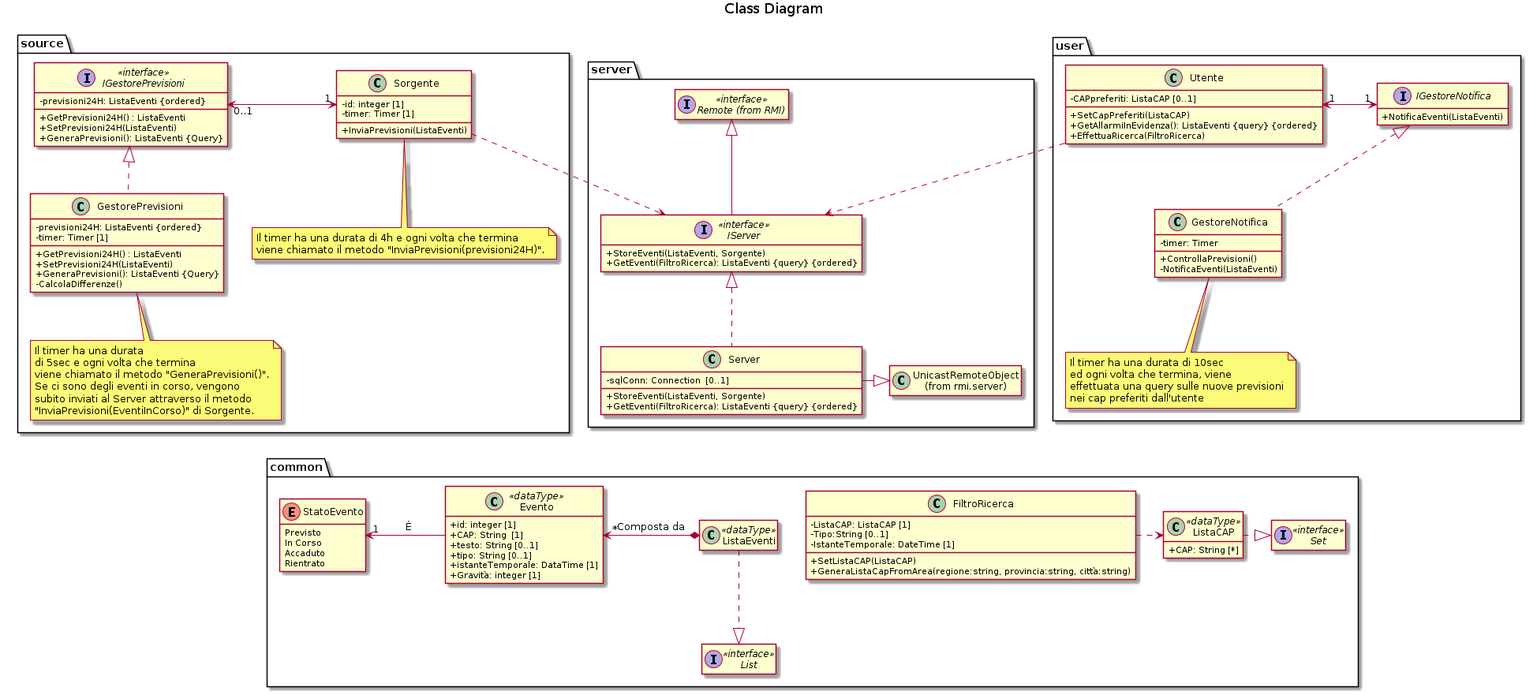
The PlantUML diagram build/diagrams/class.png in xFA25E/sweng_14_2019, before a commit.
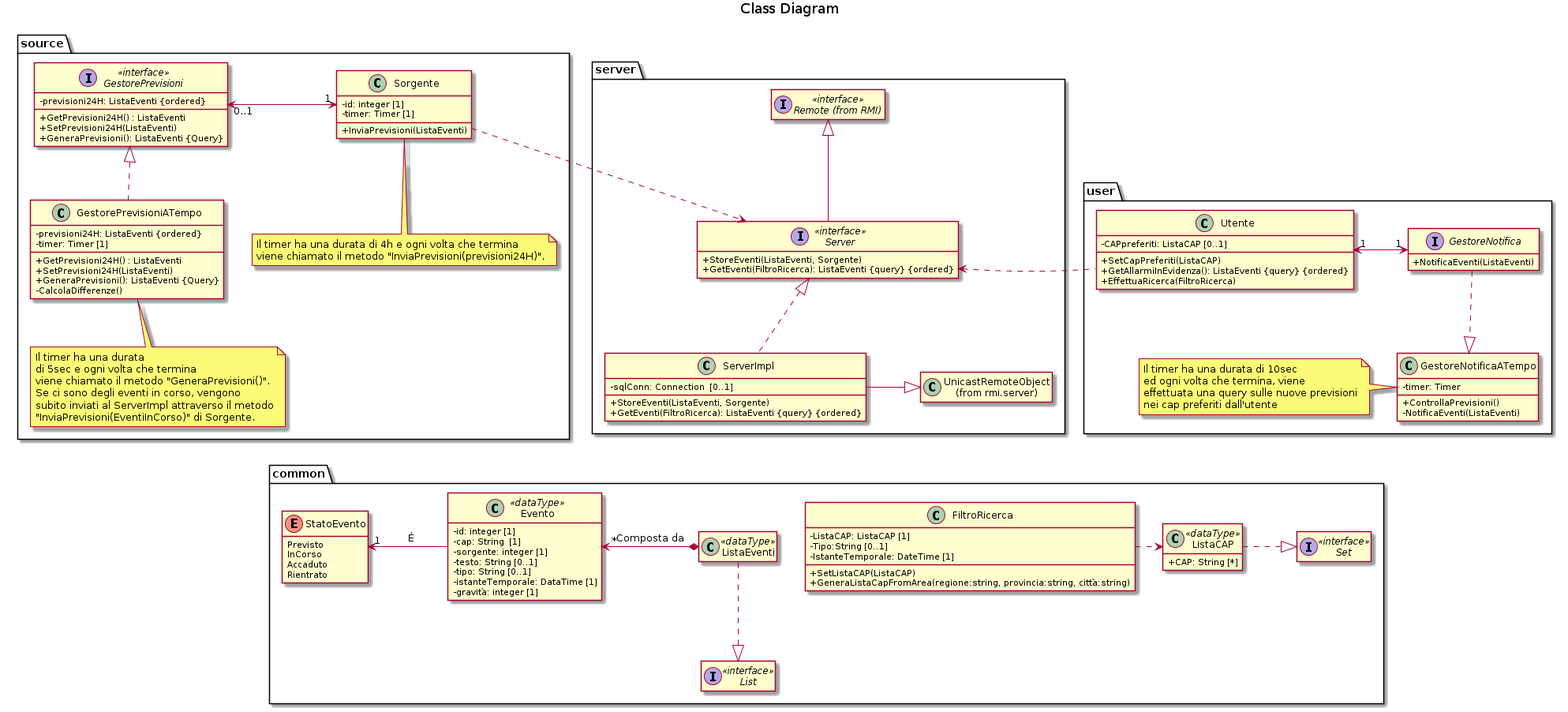
After the change.

Diff of the diagram source:
```diff
@@ -1,14 +1,14 @@
 @startuml
 title Class Diagram
 package source {
-    interface IGestorePrevisioni<<interface>> {
+    interface GestorePrevisioni<<interface>> {
         - previsioni24H: ListaEventi {ordered}
         + GetPrevisioni24H() : ListaEventi
         + SetPrevisioni24H(ListaEventi)
         + GeneraPrevisioni(): ListaEventi {Query}
     }
 
-    class GestorePrevisioni {
+    class GestorePrevisioniATempo {
         - previsioni24H: ListaEventi {ordered}
         - timer: Timer [1]
         + GetPrevisioni24H() : ListaEventi
@@ -23,21 +23,21 @@
         + InviaPrevisioni(ListaEventi)
     }
     note bottom of Sorgente: Il timer ha una durata di 4h e ogni volta che termina\nviene chiamato il metodo "InviaPrevisioni(previsioni24H)".
-    note bottom of GestorePrevisioni: Il timer ha una durata\ndi 5sec e ogni volta che termina\nviene chiamato il metodo "GeneraPrevisioni()".\nSe ci sono degli eventi in corso, vengono\nsubito inviati al Server attraverso il metodo\n"InviaPrevisioni(EventiInCorso)" di Sorgente.
+    note bottom of GestorePrevisioniATempo: Il timer ha una durata\ndi 5sec e ogni volta che termina\nviene chiamato il metodo "GeneraPrevisioni()".\nSe ci sono degli eventi in corso, vengono\nsubito inviati al ServerImpl attraverso il metodo\n"InviaPrevisioni(EventiInCorso)" di Sorgente.
 
-    IGestorePrevisioni "0..1" <-> "1" Sorgente : \t\t\t
-    IGestorePrevisioni <|.. GestorePrevisioni
+    GestorePrevisioni "0..1" <-> "1" Sorgente : \t\t\t
+    GestorePrevisioni <|.. GestorePrevisioniATempo
 }
 
 package server{
     interface "Remote (from RMI)" as Remote <<interface>>
 
-    interface IServer<<interface>> {
+    interface Server<<interface>> {
         + StoreEventi(ListaEventi, Sorgente)
         + GetEventi(FiltroRicerca): ListaEventi {query} {ordered}
     }
 
-    class Server {
+    class ServerImpl {
         - sqlConn: Connection  [0..1]
         + StoreEventi(ListaEventi, Sorgente)
         + GetEventi(FiltroRicerca): ListaEventi {query} {ordered}
@@ -45,12 +45,12 @@
 
     class "UnicastRemoteObject\n(from rmi.server)" as UnicastRemoteObject
 
-    Remote <|-- IServer
-    IServer <|.. Server
-    Server -|> UnicastRemoteObject
+    Remote <|-- Server
+    Server <|.. ServerImpl
+    ServerImpl -|> UnicastRemoteObject :\t
 }
 
-Sorgente .> IServer
+Sorgente .> Server
 
 package user {
     class Utente {
@@ -60,38 +60,39 @@
         + EffettuaRicerca(FiltroRicerca)
     }
 
-    interface IGestoreNotifica {
+    interface GestoreNotifica {
         + NotificaEventi(ListaEventi)
     }
 
-    class GestoreNotifica {
+    class GestoreNotificaATempo {
         - timer: Timer
         + ControllaPrevisioni()
         - NotificaEventi(ListaEventi)
     }
-    note bottom of GestoreNotifica: Il timer ha una durata di 10sec\ned ogni volta che termina, viene\neffettuata una query sulle nuove previsioni\nnei cap preferiti dall'utente
+    note left of GestoreNotificaATempo: Il timer ha una durata di 10sec\ned ogni volta che termina, viene\neffettuata una query sulle nuove previsioni\nnei cap preferiti dall'utente
 
-    Utente "1" <-> "1" IGestoreNotifica :\t
-    IGestoreNotifica <|.. GestoreNotifica
+    Utente "1" <-> "1" GestoreNotifica :\t
+    GestoreNotifica ..|> GestoreNotificaATempo
 }
 
-Utente ..> IServer
+Server <. Utente
 
 package common {
     enum StatoEvento {
         Previsto
-        In Corso
+        InCorso
         Accaduto
         Rientrato
     }
 
     class Evento<<dataType>> {
-        + id: integer [1]
-        + CAP: String  [1]
-        + testo: String [0..1]
-        + tipo: String [0..1]
-        + istanteTemporale: DataTime [1]
-        + Gravità: integer [1]
+        - id: integer [1]
+        - cap: String  [1]
+        - sorgente: integer [1]
+        - testo: String [0..1]
+        - tipo: String [0..1]
+        - istanteTemporale: DataTime [1]
+        - gravità: integer [1]
     }
 
     class ListaEventi <<dataType>>
@@ -116,14 +117,13 @@
 
     interface Set<<interface>>
 
-    ListaCAP .|> Set
+    ListaCAP .|> Set :\t
     FiltroRicerca .> ListaCAP
 }
 
 hide empty members
 skinparam classAttributeIconSize 0
 ListaEventi -[hidden] FiltroRicerca
-GestorePrevisioni -[hidden]-- StatoEvento
-Server .[hidden].> ListaEventi
-Utente .[hidden].> FiltroRicerca
+GestorePrevisioniATempo -[hidden]-- StatoEvento
+ServerImpl .[hidden].> ListaEventi
 @enduml
```
